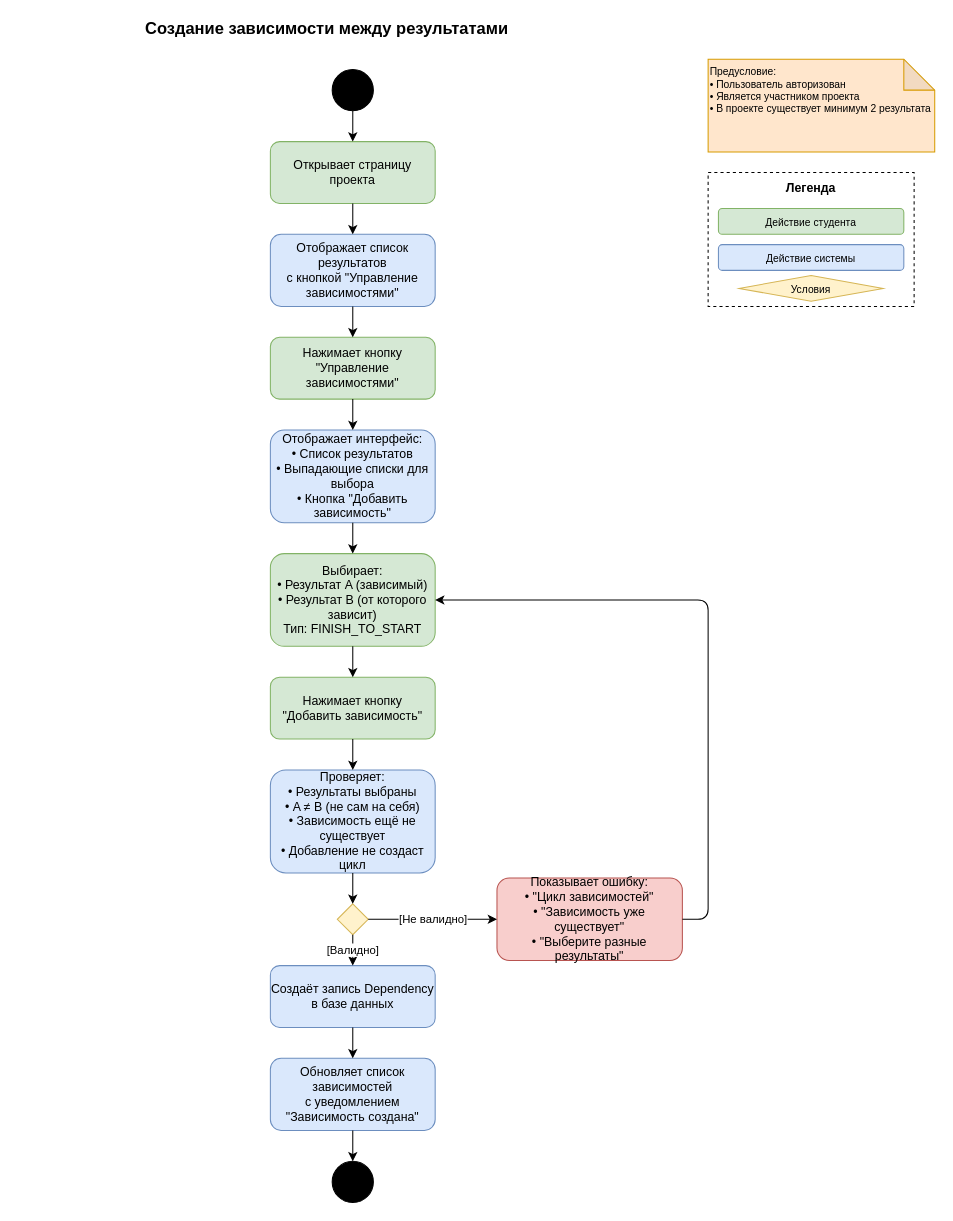
The draw.io diagram page "Создание зависимости" (4 of 5) of diagrams/activity-scenarios.drawio in Educational-Projects-Se2my00of5/osnovyprymoyrazrabotki, before the edit. Source tidied: cells renumbered, new cells numbered last; positions are measured from the earlier drawing's top-left corner, leaving out a move shared by most shapes. Both pictures are drawn from the tidied source at 103%, with x=0, y=0 at pixel (18, 18).
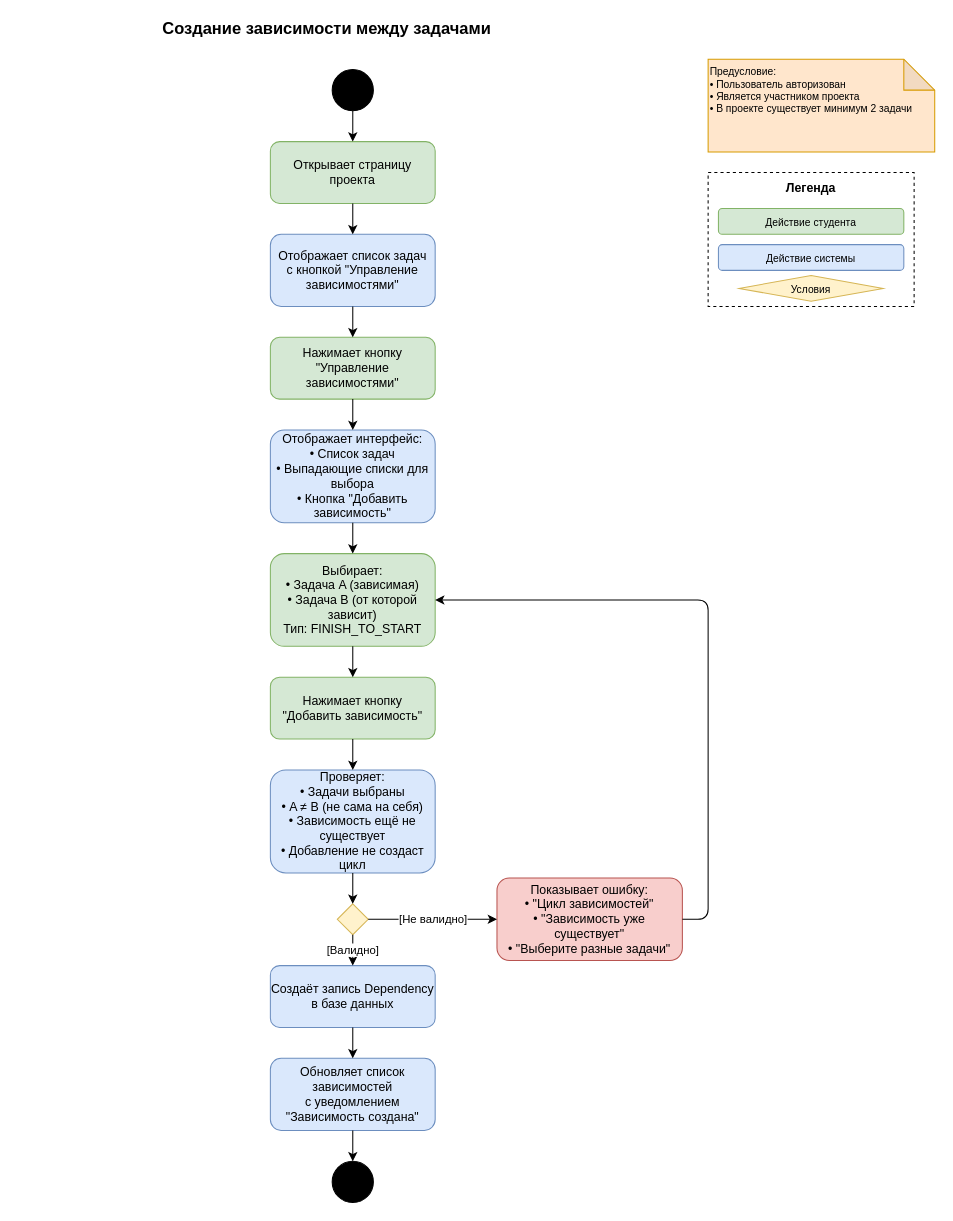
The same diagram, later.

What changed in the source:
```diff
@@
-    <mxCell id="2" value="Создание зависимости между результатами" style="text;html=1;strokeColor=none;fillColor=none;align=center;verticalAlign=middle;whiteSpace=wrap;rounded=0;fontSize=16;fontStyle=1;" parent="1" vertex="1">
+    <mxCell id="2" value="Создание зависимости между задачами" style="text;html=1;strokeColor=none;fillColor=none;align=center;verticalAlign=middle;whiteSpace=wrap;rounded=0;fontSize=16;fontStyle=1;" parent="1" vertex="1">
       <mxGeometry width="600" height="20" as="geometry" />
     </mxCell>
-    <mxCell id="3" value="Предусловие:&#10;• Пользователь авторизован&#10;• Является участником проекта&#10;• В проекте существует минимум 2 результата" style="shape=note;whiteSpace=wrap;html=1;backgroundOutline=1;darkOpacity=0.05;fillColor=#ffe6cc;strokeColor=#d79b00;align=left;verticalAlign=top;fontSize=10;" parent="1" vertex="1">
+    <mxCell id="3" value="Предусловие:&#10;• Пользователь авторизован&#10;• Является участником проекта&#10;• В проекте существует минимум 2 задачи" style="shape=note;whiteSpace=wrap;html=1;backgroundOutline=1;darkOpacity=0.05;fillColor=#ffe6cc;strokeColor=#d79b00;align=left;verticalAlign=top;fontSize=10;" parent="1" vertex="1">
       <mxGeometry x="670" y="40" width="220" height="90" as="geometry" />
     </mxCell>
@@
-    <mxCell id="13" value="Отображает список результатов&#10;с кнопкой &quot;Управление зависимостями&quot;" style="rounded=1;whiteSpace=wrap;html=1;fillColor=#dae8fc;strokeColor=#6c8ebf;" parent="1" vertex="1">
+    <mxCell id="13" value="Отображает список задач&#10;с кнопкой &quot;Управление зависимостями&quot;" style="rounded=1;whiteSpace=wrap;html=1;fillColor=#dae8fc;strokeColor=#6c8ebf;" parent="1" vertex="1">
       <mxGeometry x="245" y="210" width="160" height="70" as="geometry" />
     </mxCell>
@@
-    <mxCell id="17" value="Отображает интерфейс:&#10;• Список результатов&#10;• Выпадающие списки для выбора&#10;• Кнопка &quot;Добавить зависимость&quot;" style="rounded=1;whiteSpace=wrap;html=1;fillColor=#dae8fc;strokeColor=#6c8ebf;" parent="1" vertex="1">
+    <mxCell id="17" value="Отображает интерфейс:&#10;• Список задач&#10;• Выпадающие списки для выбора&#10;• Кнопка &quot;Добавить зависимость&quot;" style="rounded=1;whiteSpace=wrap;html=1;fillColor=#dae8fc;strokeColor=#6c8ebf;" parent="1" vertex="1">
       <mxGeometry x="245" y="400" width="160" height="90" as="geometry" />
     </mxCell>
@@
-    <mxCell id="19" value="Выбирает:&#10;• Результат A (зависимый)&#10;• Результат B (от которого зависит)&#10;Тип: FINISH_TO_START" style="rounded=1;whiteSpace=wrap;html=1;fillColor=#d5e8d4;strokeColor=#82b366;" parent="1" vertex="1">
+    <mxCell id="19" value="Выбирает:&#10;• Задача A (зависимая)&#10;• Задача B (от которой зависит)&#10;Тип: FINISH_TO_START" style="rounded=1;whiteSpace=wrap;html=1;fillColor=#d5e8d4;strokeColor=#82b366;" parent="1" vertex="1">
       <mxGeometry x="245" y="520" width="160" height="90" as="geometry" />
     </mxCell>
@@
-    <mxCell id="23" value="Проверяет:&#10;• Результаты выбраны&#10;• A ≠ B (не сам на себя)&#10;• Зависимость ещё не существует&#10;• Добавление не создаст цикл" style="rounded=1;whiteSpace=wrap;html=1;fillColor=#dae8fc;strokeColor=#6c8ebf;" parent="1" vertex="1">
+    <mxCell id="23" value="Проверяет:&#10;• Задачи выбраны&#10;• A ≠ B (не сама на себя)&#10;• Зависимость ещё не существует&#10;• Добавление не создаст цикл" style="rounded=1;whiteSpace=wrap;html=1;fillColor=#dae8fc;strokeColor=#6c8ebf;" parent="1" vertex="1">
       <mxGeometry x="245" y="730" width="160" height="100" as="geometry" />
     </mxCell>
@@
-    <mxCell id="27" value="Показывает ошибку:&#10;• &quot;Цикл зависимостей&quot;&#10;• &quot;Зависимость уже существует&quot;&#10;• &quot;Выберите разные результаты&quot;" style="rounded=1;whiteSpace=wrap;html=1;fillColor=#f8cecc;strokeColor=#b85450;" parent="1" vertex="1">
+    <mxCell id="27" value="Показывает ошибку:&#10;• &quot;Цикл зависимостей&quot;&#10;• &quot;Зависимость уже существует&quot;&#10;• &quot;Выберите разные задачи&quot;" style="rounded=1;whiteSpace=wrap;html=1;fillColor=#f8cecc;strokeColor=#b85450;" parent="1" vertex="1">
       <mxGeometry x="465" y="835" width="180" height="80" as="geometry" />
     </mxCell>
```
